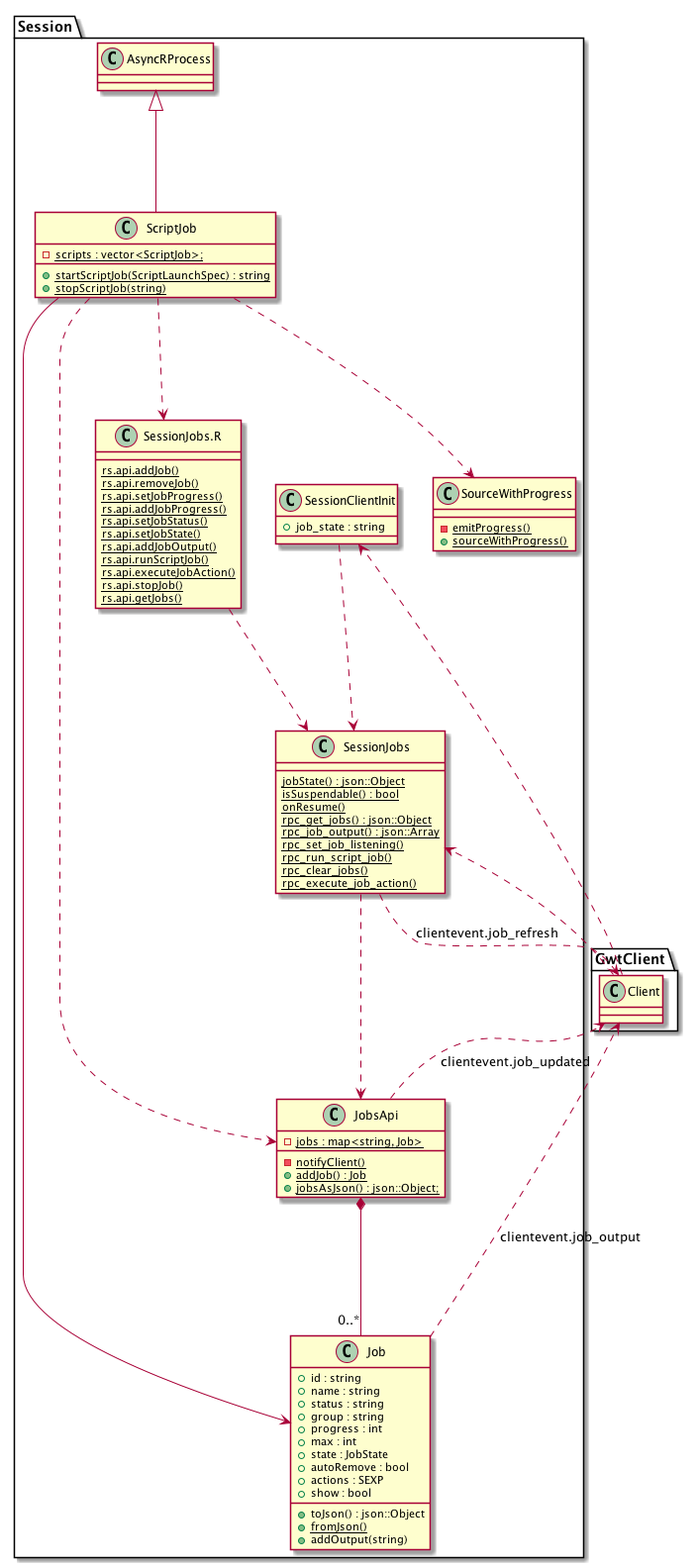
Before: session_classes.png, a diagram exported from PlantUML (gtritchie/uml).
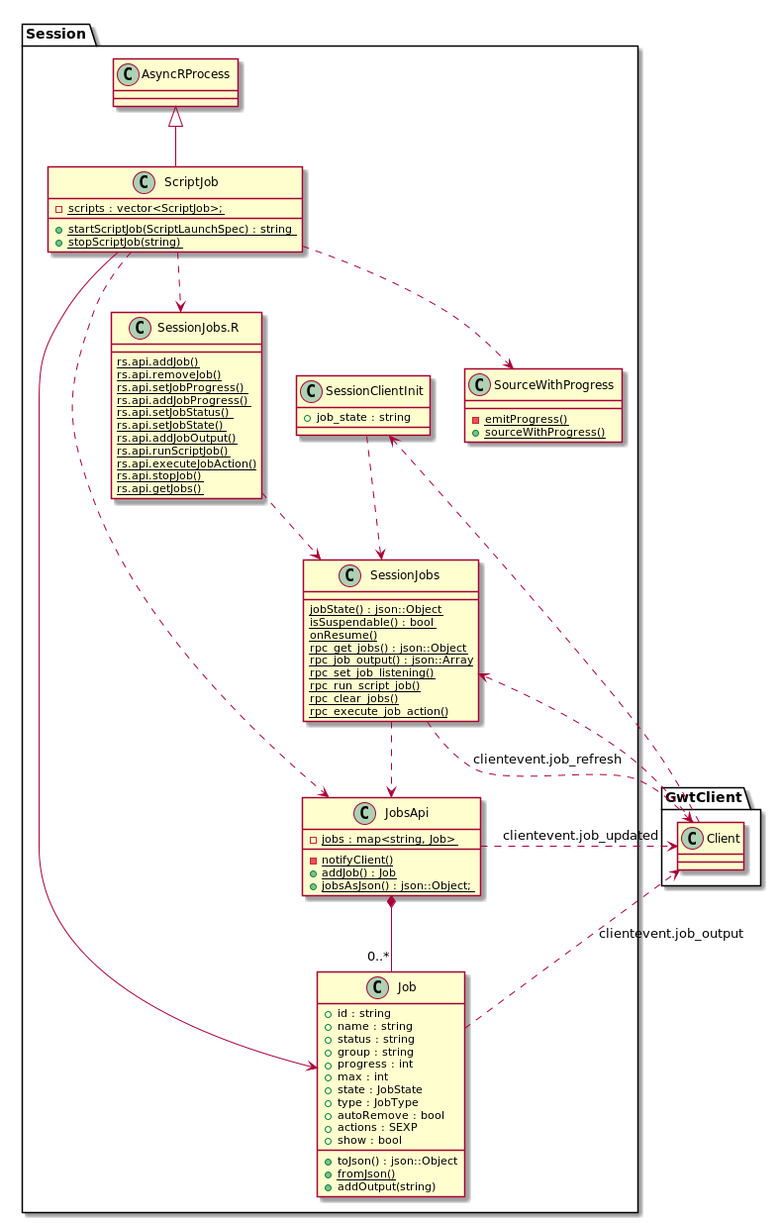
After the commit.

What changed in the source:
```diff
@@ -9,6 +9,7 @@
         +progress : int
         +max : int
         +state : JobState
+        +type : JobType
         +autoRemove : bool
         +actions : SEXP
         +show : bool
```
